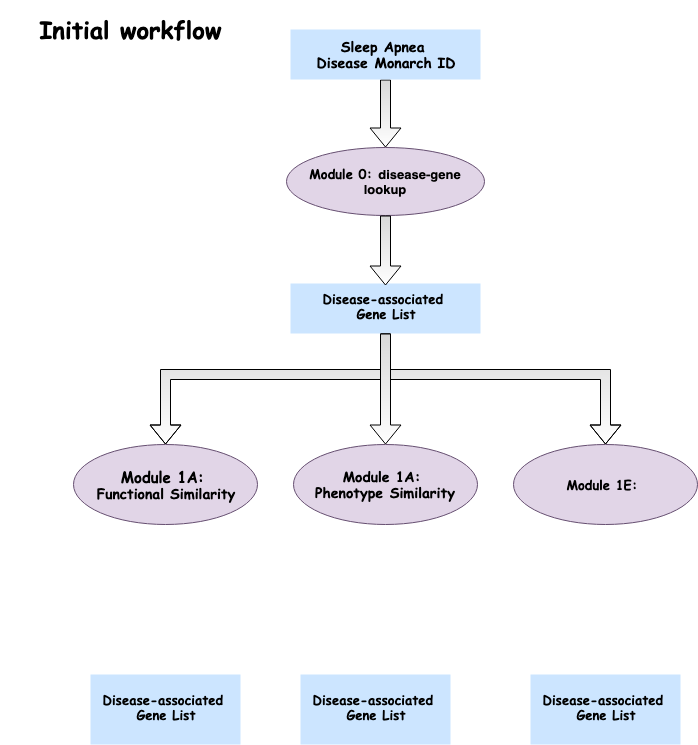
This is workflow2_diagram.png from imxiaow/SleepApnea-Presentation, a draw.io export, as it was before one commit. Source tidied: cells renumbered, new cells last; positions are measured from the earlier drawing's top-left corner, leaving out a move shared by most shapes.
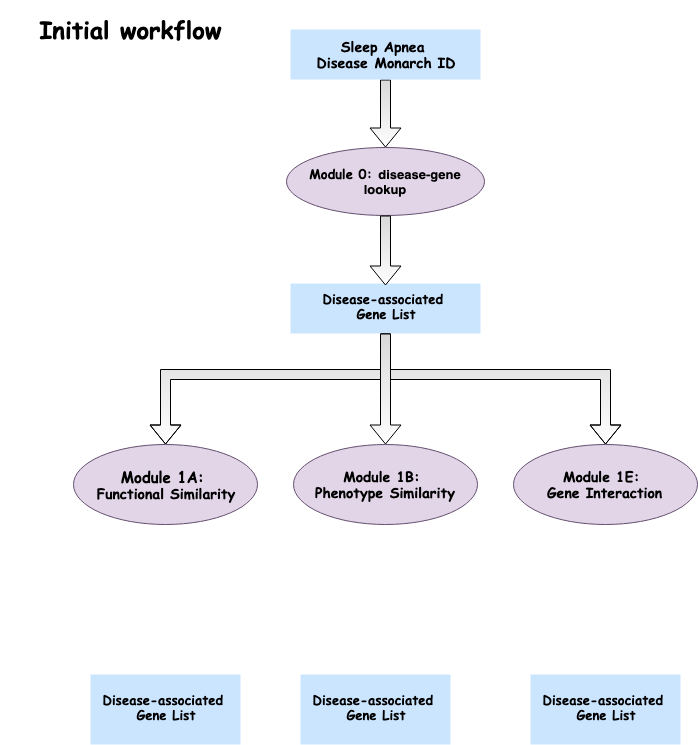
The same file after the commit.

What changed in the source:
```diff
@@ -58,10 +58,10 @@
     <mxCell id="14" value="&lt;h3&gt;&lt;/h3&gt;&lt;h3 style=&quot;text-align: center&quot;&gt;&lt;font face=&quot;Comic Sans MS&quot;&gt;&lt;font style=&quot;font-size: 15px&quot;&gt;Module 1A:&amp;nbsp;&lt;br&gt;&lt;/font&gt;&lt;/font&gt;&lt;font face=&quot;Comic Sans MS&quot;&gt;&lt;b&gt;Functional Similarity&lt;/b&gt;&lt;/font&gt;&lt;/h3&gt;" style="ellipse;whiteSpace=wrap;html=1;fillColor=#e1d5e7;strokeColor=#654E70;gradientColor=none;" parent="1" vertex="1">
       <mxGeometry x="73" y="430" width="184" height="80" as="geometry" />
     </mxCell>
-    <mxCell id="15" value="&lt;h3&gt;&lt;/h3&gt;&lt;h3 style=&quot;font-size: 15px&quot;&gt;&lt;/h3&gt;&lt;h3&gt;&lt;font face=&quot;Comic Sans MS&quot;&gt;&lt;font&gt;Module 1A:&amp;nbsp;&lt;br&gt;&lt;/font&gt;&lt;/font&gt;&lt;font face=&quot;Comic Sans MS&quot;&gt;&lt;span&gt;Phenotype&lt;/span&gt;&amp;nbsp;Similarity&lt;/font&gt;&lt;/h3&gt;" style="ellipse;whiteSpace=wrap;html=1;fillColor=#e1d5e7;strokeColor=#654E70;gradientColor=none;" parent="1" vertex="1">
+    <mxCell id="15" value="&lt;h3&gt;&lt;/h3&gt;&lt;h3 style=&quot;font-size: 15px&quot;&gt;&lt;/h3&gt;&lt;h3&gt;&lt;font face=&quot;Comic Sans MS&quot;&gt;&lt;font&gt;Module 1B:&amp;nbsp;&lt;br&gt;&lt;/font&gt;&lt;/font&gt;&lt;font face=&quot;Comic Sans MS&quot;&gt;&lt;span&gt;Phenotype&lt;/span&gt;&amp;nbsp;Similarity&lt;/font&gt;&lt;/h3&gt;" style="ellipse;whiteSpace=wrap;html=1;fillColor=#e1d5e7;strokeColor=#654E70;gradientColor=none;" parent="1" vertex="1">
       <mxGeometry x="293" y="430" width="184" height="80" as="geometry" />
     </mxCell>
-    <mxCell id="16" value="&lt;h3&gt;&lt;/h3&gt;&lt;h3 style=&quot;font-size: 13px&quot;&gt;&lt;font face=&quot;Comic Sans MS&quot; style=&quot;font-size: 13px&quot;&gt;Module 1E:&amp;nbsp;&lt;/font&gt;&lt;/h3&gt;" style="ellipse;whiteSpace=wrap;html=1;fillColor=#e1d5e7;strokeColor=#654E70;gradientColor=none;" parent="1" vertex="1">
+    <mxCell id="16" value="&lt;h3&gt;&lt;/h3&gt;&lt;h3&gt;&lt;font face=&quot;Comic Sans MS&quot;&gt;Module 1E:&amp;nbsp;&lt;br&gt;&lt;/font&gt;&lt;font face=&quot;Comic Sans MS&quot;&gt;Gene Interaction&lt;/font&gt;&lt;/h3&gt;" style="ellipse;whiteSpace=wrap;html=1;fillColor=#e1d5e7;strokeColor=#654E70;gradientColor=none;" parent="1" vertex="1">
       <mxGeometry x="513" y="430" width="184" height="80" as="geometry" />
     </mxCell>
   </root>
```
